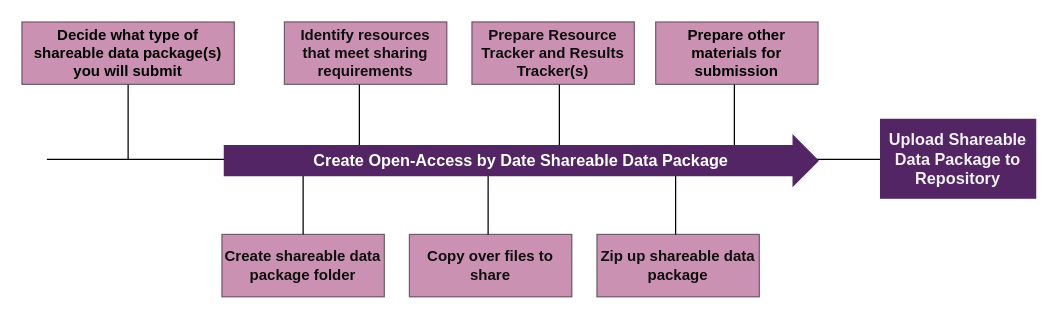
Before: docs/assets/prepare-sub-open-date.drawio in norc-heal/heal-data-pkg-guide, a draw.io diagram. Source tidied: cells renumbered, new cells numbered last; positions are measured from the earlier drawing's top-left corner, leaving out a move shared by most shapes. Both pictures are drawn from the tidied source at 125%, with x=0, y=0 at pixel (21, 21).
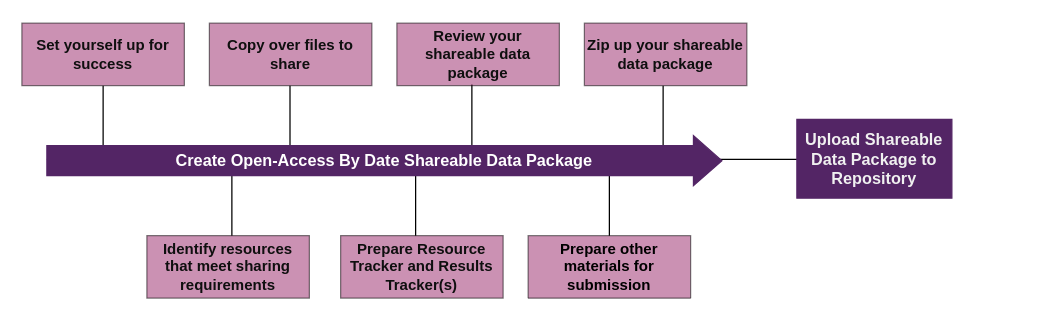
The same diagram, later.

Commit message (it also covers changes not shown here):
updates to prepare your data package for submission graphics and text

Change to the diagram source:
```diff
@@
-    <mxCell id="2" style="endArrow=none;html=1;rounded=0;endFill=0;startArrow=none;" parent="1" edge="1">
-      <mxGeometry relative="1" as="geometry">
-        <mxPoint x="20" y="110" as="sourcePoint" />
-        <mxPoint x="740" y="110" as="targetPoint" />
-      </mxGeometry>
-    </mxCell>
+    <mxCell id="19" style="endArrow=none;html=1;rounded=0;endFill=0;startArrow=none;" parent="1" edge="1">
+      <mxGeometry relative="1" as="geometry">
+        <mxPoint x="20" y="110" as="sourcePoint" />
+        <mxPoint x="740" y="110" as="targetPoint" />
+      </mxGeometry>
+    </mxCell>
     <mxCell id="3" value="Upload Shareable Data Package to Repository" style="rounded=0;whiteSpace=wrap;html=1;fillColor=#532565;fontColor=#F0F0F0;fontStyle=1;glass=0;fontSize=13;strokeColor=#532565;" parent="1" vertex="1">
-      <mxGeometry x="687" y="78" width="124" height="63" as="geometry" />
+      <mxGeometry x="620" y="78" width="124" height="63" as="geometry" />
     </mxCell>
     <mxCell id="4" value="Copy over files to share" style="rounded=0;whiteSpace=wrap;html=1;fillColor=#982568;fontColor=#0F0F0F;fontStyle=1;opacity=50;" parent="1" vertex="1">
-      <mxGeometry x="310" y="170" width="130" height="50" as="geometry" />
+      <mxGeometry x="150" y="1" width="130" height="50" as="geometry" />
     </mxCell>
-    <mxCell id="5" style="endArrow=none;html=1;fontColor=#0F0F0F;rounded=0;" parent="1" edge="1">
-      <mxGeometry relative="1" as="geometry">
-        <mxPoint x="270" y="110" as="sourcePoint" />
-        <mxPoint x="270" y="50" as="targetPoint" />
-      </mxGeometry>
-    </mxCell>
-    <mxCell id="6" style="endArrow=none;html=1;fontColor=#0F0F0F;rounded=0;" parent="1" edge="1">
-      <mxGeometry relative="1" as="geometry">
-        <mxPoint x="430" y="110" as="sourcePoint" />
-        <mxPoint x="430" y="50" as="targetPoint" />
-      </mxGeometry>
-    </mxCell>
-    <mxCell id="7" style="endArrow=none;html=1;fontColor=#0F0F0F;rounded=0;" parent="1" edge="1">
-      <mxGeometry relative="1" as="geometry">
-        <mxPoint x="373" y="170" as="sourcePoint" />
-        <mxPoint x="373" y="110" as="targetPoint" />
-      </mxGeometry>
-    </mxCell>
-    <mxCell id="8" style="endArrow=none;html=1;fontColor=#0F0F0F;rounded=0;" parent="1" edge="1">
-      <mxGeometry relative="1" as="geometry">
-        <mxPoint x="225" y="110" as="sourcePoint" />
-        <mxPoint x="225" y="170" as="targetPoint" />
-      </mxGeometry>
-    </mxCell>
-    <mxCell id="9" style="endArrow=none;html=1;fontColor=#0F0F0F;rounded=0;" parent="1" edge="1">
-      <mxGeometry relative="1" as="geometry">
-        <mxPoint x="85" y="50" as="sourcePoint" />
-        <mxPoint x="85" y="110" as="targetPoint" />
-      </mxGeometry>
-    </mxCell>
-    <mxCell id="10" value="Create shareable data package folder" style="rounded=0;whiteSpace=wrap;html=1;fillColor=#982568;fontColor=#0F0F0F;fontStyle=1;opacity=50;" parent="1" vertex="1">
-      <mxGeometry x="160" y="170" width="130" height="50" as="geometry" />
-    </mxCell>
-    <mxCell id="11" value="Zip up shareable data package" style="rounded=0;whiteSpace=wrap;html=1;fillColor=#982568;fontColor=#0F0F0F;fontStyle=1;opacity=50;" parent="1" vertex="1">
-      <mxGeometry x="460" y="170" width="130" height="50" as="geometry" />
-    </mxCell>
+    <mxCell id="20" style="endArrow=none;html=1;fontColor=#0F0F0F;rounded=0;" parent="1" edge="1">
+      <mxGeometry relative="1" as="geometry">
+        <mxPoint x="65" y="111" as="sourcePoint" />
+        <mxPoint x="65" y="51" as="targetPoint" />
+      </mxGeometry>
+    </mxCell>
+    <mxCell id="21" style="endArrow=none;html=1;fontColor=#0F0F0F;rounded=0;" parent="1" edge="1">
+      <mxGeometry relative="1" as="geometry">
+        <mxPoint x="214.5" y="111" as="sourcePoint" />
+        <mxPoint x="214.5" y="51" as="targetPoint" />
+      </mxGeometry>
+    </mxCell>
+    <mxCell id="22" style="endArrow=none;html=1;fontColor=#0F0F0F;rounded=0;" parent="1" edge="1">
+      <mxGeometry relative="1" as="geometry">
+        <mxPoint x="168" y="171" as="sourcePoint" />
+        <mxPoint x="168" y="111" as="targetPoint" />
+      </mxGeometry>
+    </mxCell>
+    <mxCell id="23" style="endArrow=none;html=1;fontColor=#0F0F0F;rounded=0;" parent="1" edge="1">
+      <mxGeometry relative="1" as="geometry">
+        <mxPoint x="360" y="50" as="sourcePoint" />
+        <mxPoint x="360" y="110" as="targetPoint" />
+      </mxGeometry>
+    </mxCell>
+    <mxCell id="24" value="Set yourself up for success" style="rounded=0;whiteSpace=wrap;html=1;fillColor=#982568;fontColor=#0F0F0F;fontStyle=1;opacity=50;" parent="1" vertex="1">
+      <mxGeometry y="1" width="130" height="50" as="geometry" />
+    </mxCell>
+    <mxCell id="25" value="Review your shareable data package" style="rounded=0;whiteSpace=wrap;html=1;fillColor=#982568;fontColor=#0F0F0F;fontStyle=1;opacity=50;" parent="1" vertex="1">
+      <mxGeometry x="300" y="1" width="130" height="50" as="geometry" />
+    </mxCell>
     <mxCell id="12" value="Identify resources that meet sharing requirements" style="rounded=0;whiteSpace=wrap;html=1;fillColor=#982568;fontColor=#0F0F0F;fontStyle=1;opacity=50;" parent="1" vertex="1">
-      <mxGeometry x="210" width="130" height="50" as="geometry" />
+      <mxGeometry x="100" y="171" width="130" height="50" as="geometry" />
     </mxCell>
     <mxCell id="13" value="Prepare Resource Tracker and Results Tracker(s)" style="rounded=0;whiteSpace=wrap;html=1;fillColor=#982568;fontColor=#0F0F0F;fontStyle=1;opacity=50;" parent="1" vertex="1">
-      <mxGeometry x="360" width="130" height="50" as="geometry" />
+      <mxGeometry x="255" y="171" width="130" height="50" as="geometry" />
     </mxCell>
-    <mxCell id="14" style="endArrow=none;html=1;fontColor=#0F0F0F;rounded=0;" parent="1" edge="1">
-      <mxGeometry relative="1" as="geometry">
-        <mxPoint x="523" y="170" as="sourcePoint" />
-        <mxPoint x="523" y="110" as="targetPoint" />
-      </mxGeometry>
-    </mxCell>
-    <mxCell id="15" style="endArrow=none;html=1;fontColor=#0F0F0F;rounded=0;" parent="1" edge="1">
-      <mxGeometry relative="1" as="geometry">
-        <mxPoint x="570" y="110" as="sourcePoint" />
-        <mxPoint x="570" y="50" as="targetPoint" />
-      </mxGeometry>
-    </mxCell>
-    <mxCell id="16" value="&lt;font color=&quot;#ffffff&quot; style=&quot;font-size: 13px;&quot;&gt;&lt;b style=&quot;font-size: 13px;&quot;&gt;Create Open-Access by Date Shareable Data Package&lt;/b&gt;&lt;/font&gt;" style="shape=singleArrow;whiteSpace=wrap;html=1;arrowWidth=0.6;arrowSize=0.042105263157894736;fillColor=#532565;strokeColor=#532565;fontSize=13;labelBorderColor=none;" parent="1" vertex="1">
-      <mxGeometry x="162" y="91" width="475" height="40" as="geometry" />
-    </mxCell>
-    <mxCell id="17" value="&lt;b&gt;Decide what type of shareable data package(s) you will submit&lt;/b&gt;" style="swimlane;fontStyle=0;horizontal=1;startSize=50;whiteSpace=wrap;html=1;rounded=0;shadow=0;glass=0;fillColor=#982568;gradientColor=none;gradientDirection=radial;opacity=50;" parent="1" vertex="1" collapsed="1">
-      <mxGeometry width="170" height="50" as="geometry" />
-    </mxCell>
+    <mxCell id="26" style="endArrow=none;html=1;fontColor=#0F0F0F;rounded=0;" parent="1" edge="1">
+      <mxGeometry relative="1" as="geometry">
+        <mxPoint x="315" y="171" as="sourcePoint" />
+        <mxPoint x="315" y="111" as="targetPoint" />
+      </mxGeometry>
+    </mxCell>
+    <mxCell id="27" style="endArrow=none;html=1;fontColor=#0F0F0F;rounded=0;" parent="1" edge="1">
+      <mxGeometry relative="1" as="geometry">
+        <mxPoint x="513" y="111" as="sourcePoint" />
+        <mxPoint x="513" y="51" as="targetPoint" />
+      </mxGeometry>
+    </mxCell>
     <mxCell id="18" value="&lt;b&gt;Prepare other materials for submission&lt;/b&gt;" style="swimlane;fontStyle=0;horizontal=1;startSize=50;whiteSpace=wrap;html=1;rounded=0;shadow=0;glass=0;fillColor=#982568;gradientColor=none;gradientDirection=radial;opacity=50;swimlaneLine=1;" parent="1" vertex="1" collapsed="1">
-      <mxGeometry x="507" width="130" height="50" as="geometry" />
+      <mxGeometry x="405" y="171" width="130" height="50" as="geometry" />
     </mxCell>
+    <mxCell id="28" style="endArrow=none;html=1;fontColor=#0F0F0F;rounded=0;" parent="1" edge="1">
+      <mxGeometry relative="1" as="geometry">
+        <mxPoint x="470" y="171" as="sourcePoint" />
+        <mxPoint x="470" y="111" as="targetPoint" />
+      </mxGeometry>
+    </mxCell>
+    <mxCell id="29" value="Zip up your shareable data package" style="rounded=0;whiteSpace=wrap;html=1;fillColor=#982568;fontColor=#0F0F0F;fontStyle=1;opacity=50;" parent="1" vertex="1">
+      <mxGeometry x="450" y="1" width="130" height="50" as="geometry" />
+    </mxCell>
+    <mxCell id="30" value="&lt;font color=&quot;#ffffff&quot; style=&quot;font-size: 13px;&quot;&gt;&lt;b style=&quot;font-size: 13px;&quot;&gt;Create Open-Access By Date Shareable Data Package&lt;/b&gt;&lt;/font&gt;" style="shape=singleArrow;whiteSpace=wrap;html=1;arrowWidth=0.6;arrowSize=0.042105263157894736;fillColor=#532565;strokeColor=#532565;fontSize=13;labelBorderColor=none;" parent="1" vertex="1">
+      <mxGeometry x="20" y="91" width="540" height="40" as="geometry" />
+    </mxCell>
```
